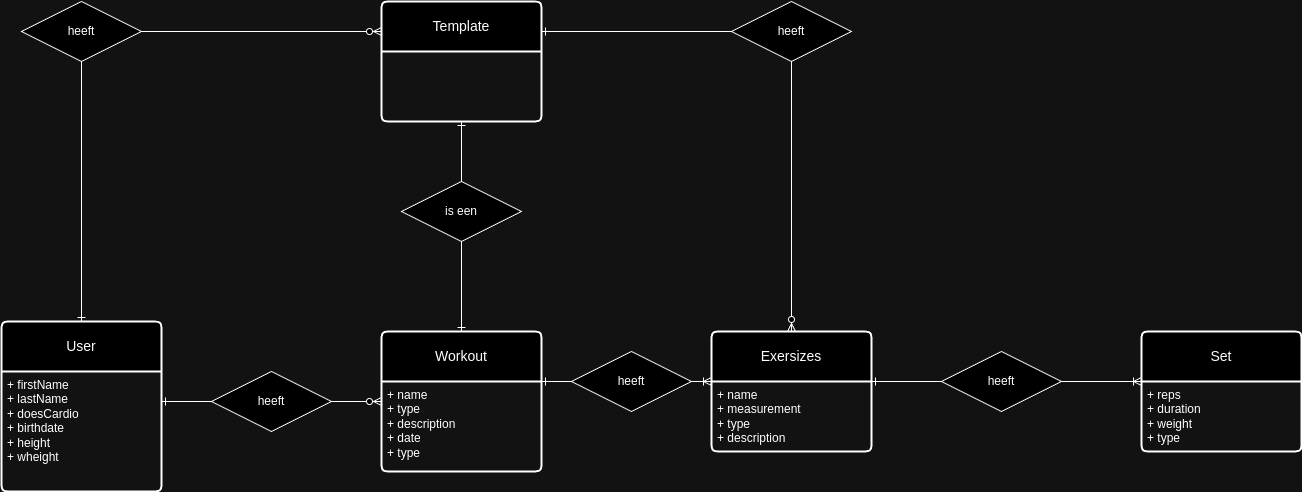
Earlier version of the draw.io export apps/comp-gym/public/ERD.drawio.png (Damianen/comp-gym). Source tidied: cells renumbered, new cells last; positions are measured from the earlier drawing's top-left corner, leaving out a move shared by most shapes.
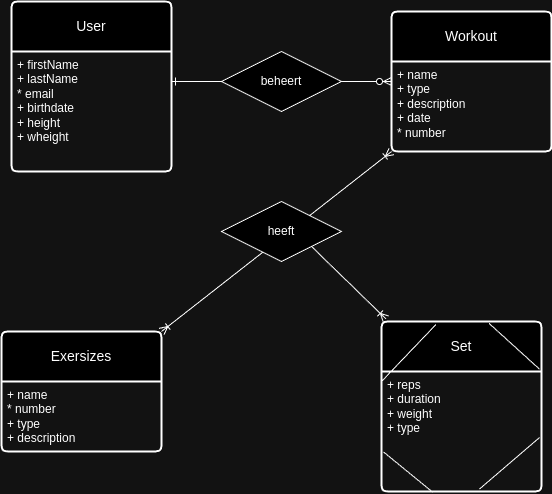
Above is the later version.

Change to the diagram source:
```diff
@@ -5,73 +5,55 @@
     <mxCell id="2" value="User" style="swimlane;horizontal=1;startSize=50;rounded=1;fontSize=14;fontStyle=0;strokeWidth=2;shadow=0;dashed=0;align=center;arcSize=4;whiteSpace=wrap;html=1;" parent="1" vertex="1">
       <mxGeometry y="320" width="160" height="170" as="geometry" />
     </mxCell>
-    <mxCell id="3" value="+ firstName&lt;div&gt;+ lastName&lt;/div&gt;&lt;div&gt;+ doesCardio&amp;nbsp;&lt;/div&gt;&lt;div&gt;+ birthdate&lt;/div&gt;&lt;div&gt;+ height&lt;/div&gt;&lt;div&gt;+ wheight&lt;/div&gt;" style="align=left;strokeColor=none;fillColor=none;spacingLeft=4;fontSize=12;verticalAlign=top;html=1;" parent="2" vertex="1">
+    <mxCell id="3" value="+ firstName&lt;div&gt;+ lastName&lt;/div&gt;&lt;div&gt;* email&amp;nbsp;&lt;/div&gt;&lt;div&gt;+ birthdate&lt;/div&gt;&lt;div&gt;+ height&lt;/div&gt;&lt;div&gt;+ wheight&lt;/div&gt;" style="align=left;strokeColor=none;fillColor=none;spacingLeft=4;fontSize=12;verticalAlign=top;html=1;" parent="2" vertex="1">
       <mxGeometry y="50" width="160" height="120" as="geometry" />
     </mxCell>
     <mxCell id="4" value="Workout" style="swimlane;horizontal=1;startSize=50;rounded=1;fontSize=14;fontStyle=0;strokeWidth=2;shadow=0;dashed=0;align=center;arcSize=4;whiteSpace=wrap;html=1;" parent="1" vertex="1">
       <mxGeometry x="380" y="330" width="160" height="140" as="geometry" />
     </mxCell>
-    <mxCell id="5" value="&lt;div&gt;+ name&lt;div&gt;+ type&lt;/div&gt;&lt;div&gt;+ description&lt;/div&gt;&lt;/div&gt;&lt;div&gt;+ date&lt;/div&gt;&lt;div&gt;+ type&lt;/div&gt;" style="align=left;strokeColor=none;fillColor=none;spacingLeft=4;fontSize=12;verticalAlign=top;html=1;" parent="4" vertex="1">
+    <mxCell id="5" value="&lt;div&gt;+ name&lt;div&gt;+ type&lt;/div&gt;&lt;div&gt;+ description&lt;/div&gt;&lt;/div&gt;&lt;div&gt;+ date&lt;/div&gt;&lt;div&gt;* number&lt;/div&gt;" style="align=left;strokeColor=none;fillColor=none;spacingLeft=4;fontSize=12;verticalAlign=top;html=1;" parent="4" vertex="1">
       <mxGeometry y="50" width="160" height="90" as="geometry" />
     </mxCell>
     <mxCell id="6" value="Exersizes" style="swimlane;horizontal=1;startSize=50;rounded=1;fontSize=14;fontStyle=0;strokeWidth=2;shadow=0;dashed=0;align=center;arcSize=4;whiteSpace=wrap;html=1;" parent="1" vertex="1">
-      <mxGeometry x="710" y="330" width="160" height="120" as="geometry" />
+      <mxGeometry x="-10" y="650" width="160" height="120" as="geometry" />
     </mxCell>
-    <mxCell id="7" value="+ name&lt;div&gt;+ measurement&lt;/div&gt;&lt;div&gt;+ type&lt;/div&gt;&lt;div&gt;+ description&lt;/div&gt;&lt;div&gt;&lt;br&gt;&lt;/div&gt;" style="align=left;strokeColor=none;fillColor=none;spacingLeft=4;fontSize=12;verticalAlign=top;html=1;" parent="6" vertex="1">
+    <mxCell id="7" value="+ name&lt;div&gt;* number&lt;/div&gt;&lt;div&gt;+ type&lt;/div&gt;&lt;div&gt;+ description&lt;/div&gt;&lt;div&gt;&lt;br&gt;&lt;/div&gt;" style="align=left;strokeColor=none;fillColor=none;spacingLeft=4;fontSize=12;verticalAlign=top;html=1;" parent="6" vertex="1">
       <mxGeometry y="50" width="160" height="70" as="geometry" />
     </mxCell>
     <mxCell id="8" value="Set" style="swimlane;horizontal=1;startSize=50;rounded=1;fontSize=14;fontStyle=0;strokeWidth=2;shadow=0;dashed=0;align=center;arcSize=4;whiteSpace=wrap;html=1;" parent="1" vertex="1">
-      <mxGeometry x="1140" y="330" width="160" height="120" as="geometry" />
+      <mxGeometry x="370" y="640" width="160" height="170" as="geometry" />
     </mxCell>
     <mxCell id="9" value="+ reps&lt;div&gt;+ duration&lt;/div&gt;&lt;div&gt;+ weight&lt;/div&gt;&lt;div&gt;+ type&lt;/div&gt;" style="align=left;strokeColor=none;fillColor=none;spacingLeft=4;fontSize=12;verticalAlign=top;html=1;" parent="8" vertex="1">
-      <mxGeometry y="50" width="160" height="70" as="geometry" />
+      <mxGeometry y="50" width="160" height="120" as="geometry" />
     </mxCell>
-    <mxCell id="10" value="Template" style="swimlane;horizontal=1;startSize=50;rounded=1;fontSize=14;fontStyle=0;strokeWidth=2;shadow=0;dashed=0;align=center;arcSize=4;whiteSpace=wrap;html=1;" parent="1" vertex="1">
-      <mxGeometry x="380" width="160" height="120" as="geometry" />
-    </mxCell>
-    <mxCell id="11" style="fontSize=12;html=1;endArrow=ERzeroToMany;endFill=1;rounded=0;entryX=0;entryY=0.25;entryDx=0;entryDy=0;startArrow=ERone;startFill=0;exitX=0.5;exitY=0;exitDx=0;exitDy=0;" parent="1" edge="1" source="2" target="10">
-      <mxGeometry relative="1" as="geometry">
-        <Array as="points">
-          <mxPoint x="80" y="30" />
-        </Array>
-      </mxGeometry>
-    </mxCell>
+    <mxCell id="23" style="fontSize=12;html=1;endArrow=none;endFill=0;rounded=0;exitX=0.322;exitY=1.008;exitDx=0;exitDy=0;startArrow=none;startFill=0;entryX=0.012;entryY=0.67;entryDx=0;entryDy=0;exitPerimeter=0;entryPerimeter=0;" parent="8" edge="1" source="9" target="9">
+      <mxGeometry relative="1" as="geometry" />
+    </mxCell>
+    <mxCell id="24" style="fontSize=12;html=1;endArrow=none;endFill=0;rounded=0;exitX=0.987;exitY=0.551;exitDx=0;exitDy=0;startArrow=none;startFill=0;entryX=0.612;entryY=0.98;entryDx=0;entryDy=0;entryPerimeter=0;exitPerimeter=0;" parent="8" edge="1" source="9" target="9">
+      <mxGeometry relative="1" as="geometry" />
+    </mxCell>
     <mxCell id="12" style="fontSize=12;html=1;endArrow=ERzeroToMany;endFill=1;rounded=0;exitX=1;exitY=0.25;exitDx=0;exitDy=0;entryX=0;entryY=0.5;entryDx=0;entryDy=0;startArrow=ERone;startFill=0;" parent="1" edge="1" source="3" target="4">
       <mxGeometry relative="1" as="geometry" />
     </mxCell>
-    <mxCell id="13" style="fontSize=12;html=1;endArrow=ERoneToMany;endFill=0;rounded=0;exitX=1;exitY=0;exitDx=0;exitDy=0;entryX=0;entryY=0;entryDx=0;entryDy=0;startArrow=ERone;startFill=0;" parent="1" edge="1" source="5" target="7">
+    <mxCell id="13" style="fontSize=12;html=1;endArrow=ERoneToMany;endFill=0;rounded=0;exitX=0;exitY=1;exitDx=0;exitDy=0;startArrow=ERoneToMany;startFill=0;entryX=1;entryY=0;entryDx=0;entryDy=0;" parent="1" edge="1" source="5" target="6">
       <mxGeometry relative="1" as="geometry" />
     </mxCell>
-    <mxCell id="14" style="fontSize=12;html=1;endArrow=ERoneToMany;endFill=0;rounded=0;exitX=1;exitY=0;exitDx=0;exitDy=0;entryX=0;entryY=0;entryDx=0;entryDy=0;startArrow=ERone;startFill=0;" parent="1" edge="1" source="7" target="9">
+    <mxCell id="14" style="fontSize=12;html=1;endArrow=ERoneToMany;endFill=0;rounded=0;exitX=1;exitY=1;exitDx=0;exitDy=0;entryX=0.028;entryY=-0.015;entryDx=0;entryDy=0;startArrow=none;startFill=0;entryPerimeter=0;" parent="1" edge="1" source="21" target="8">
       <mxGeometry relative="1" as="geometry" />
     </mxCell>
-    <mxCell id="15" style="fontSize=12;html=1;endArrow=ERzeroToMany;endFill=1;rounded=0;exitX=1;exitY=0.25;exitDx=0;exitDy=0;entryX=0.5;entryY=0;entryDx=0;entryDy=0;startArrow=ERone;startFill=0;" parent="1" edge="1" source="10" target="6">
-      <mxGeometry relative="1" as="geometry">
-        <Array as="points">
-          <mxPoint x="790" y="30" />
-        </Array>
-      </mxGeometry>
-    </mxCell>
-    <mxCell id="16" style="fontSize=12;html=1;endArrow=ERone;endFill=0;rounded=0;entryX=0.5;entryY=1;entryDx=0;entryDy=0;startArrow=ERone;startFill=0;exitX=0.5;exitY=0;exitDx=0;exitDy=0;" parent="1" edge="1" source="4" target="10">
-      <mxGeometry relative="1" as="geometry" />
-    </mxCell>
-    <mxCell id="17" value="heeft" style="shape=rhombus;perimeter=rhombusPerimeter;whiteSpace=wrap;html=1;align=center;" parent="1" vertex="1">
-      <mxGeometry x="20" width="120" height="60" as="geometry" />
-    </mxCell>
-    <mxCell id="18" value="heeft" style="shape=rhombus;perimeter=rhombusPerimeter;whiteSpace=wrap;html=1;align=center;" parent="1" vertex="1">
-      <mxGeometry x="730" width="120" height="60" as="geometry" />
-    </mxCell>
-    <mxCell id="19" value="heeft" style="shape=rhombus;perimeter=rhombusPerimeter;whiteSpace=wrap;html=1;align=center;" parent="1" vertex="1">
+    <mxCell id="19" value="beheert" style="shape=rhombus;perimeter=rhombusPerimeter;whiteSpace=wrap;html=1;align=center;" parent="1" vertex="1">
       <mxGeometry x="210" y="370" width="120" height="60" as="geometry" />
     </mxCell>
-    <mxCell id="20" value="heeft" style="shape=rhombus;perimeter=rhombusPerimeter;whiteSpace=wrap;html=1;align=center;" parent="1" vertex="1">
-      <mxGeometry x="570" y="350" width="120" height="60" as="geometry" />
-    </mxCell>
     <mxCell id="21" value="heeft" style="shape=rhombus;perimeter=rhombusPerimeter;whiteSpace=wrap;html=1;align=center;" parent="1" vertex="1">
-      <mxGeometry x="940" y="350" width="120" height="60" as="geometry" />
+      <mxGeometry x="210" y="520" width="120" height="60" as="geometry" />
     </mxCell>
-    <mxCell id="22" value="is een" style="shape=rhombus;perimeter=rhombusPerimeter;whiteSpace=wrap;html=1;align=center;" parent="1" vertex="1">
-      <mxGeometry x="400" y="180" width="120" height="60" as="geometry" />
-    </mxCell>
+    <mxCell id="25" style="fontSize=12;html=1;endArrow=none;endFill=0;rounded=0;exitX=0.987;exitY=0.28;exitDx=0;exitDy=0;startArrow=none;startFill=0;entryX=0.672;entryY=0.011;entryDx=0;entryDy=0;entryPerimeter=0;exitPerimeter=0;" parent="1" edge="1" source="8" target="8">
+      <mxGeometry relative="1" as="geometry" />
+    </mxCell>
+    <mxCell id="26" style="fontSize=12;html=1;endArrow=none;endFill=0;rounded=0;exitX=0.34;exitY=0.018;exitDx=0;exitDy=0;startArrow=none;startFill=0;entryX=1;entryY=0;entryDx=0;entryDy=0;exitPerimeter=0;" parent="1" edge="1" source="8">
+      <mxGeometry relative="1" as="geometry">
+        <mxPoint x="370" y="700" as="targetPoint" />
+      </mxGeometry>
+    </mxCell>
   </root>
 </mxGraphModel>
```
